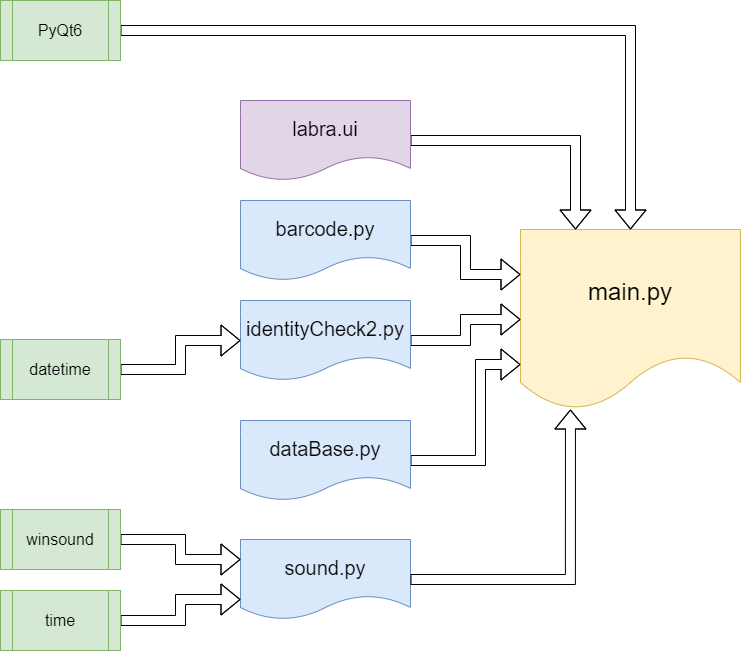
This is Docs/Pictures/Riippuvuudet.drawio.png from Roo-M/PythonYmparisto, a draw.io export, as it was before one commit. Source tidied: cells renumbered, new cells last; positions are measured from the earlier drawing's top-left corner, leaving out a move shared by most shapes. Its diagram source:
```xml
<mxGraphModel>
  <root>
    <mxCell id="0" />
    <mxCell id="1" parent="0" />
    <mxCell id="2" value="&lt;font style=&quot;font-size: 24px;&quot;&gt;main.py&lt;/font&gt;" style="shape=document;whiteSpace=wrap;html=1;boundedLbl=1;fillColor=#fff2cc;strokeColor=#d6b656;" parent="1" vertex="1">
      <mxGeometry x="520" y="229" width="220" height="180" as="geometry" />
    </mxCell>
    <mxCell id="3" style="edgeStyle=orthogonalEdgeStyle;rounded=0;jettySize=auto;html=1;entryX=0;entryY=0.25;entryDx=0;entryDy=0;shape=flexArrow;fillColor=default;" parent="1" edge="1" source="4" target="2">
      <mxGeometry relative="1" as="geometry" />
    </mxCell>
    <mxCell id="4" value="barcode.py" style="shape=document;whiteSpace=wrap;html=1;boundedLbl=1;fillColor=#dae8fc;strokeColor=#6c8ebf;fontSize=20;" parent="1" vertex="1">
      <mxGeometry x="240" y="200" width="170" height="80" as="geometry" />
    </mxCell>
    <mxCell id="5" style="edgeStyle=orthogonalEdgeStyle;rounded=0;jettySize=auto;html=1;shape=flexArrow;fillColor=default;" parent="1" edge="1" source="6" target="2">
      <mxGeometry relative="1" as="geometry" />
    </mxCell>
    <mxCell id="6" value="identityCheck2.py" style="shape=document;whiteSpace=wrap;html=1;boundedLbl=1;fillColor=#dae8fc;strokeColor=#6c8ebf;fontSize=20;" parent="1" vertex="1">
      <mxGeometry x="240" y="300" width="170" height="80" as="geometry" />
    </mxCell>
    <mxCell id="7" style="edgeStyle=orthogonalEdgeStyle;rounded=0;jettySize=auto;html=1;entryX=0.25;entryY=0;entryDx=0;entryDy=0;shape=flexArrow;fillColor=default;" parent="1" edge="1" source="8" target="2">
      <mxGeometry relative="1" as="geometry" />
    </mxCell>
    <mxCell id="8" value="labra.ui" style="shape=document;whiteSpace=wrap;html=1;boundedLbl=1;fillColor=#e1d5e7;strokeColor=#9673a6;fontSize=20;direction=east;" parent="1" vertex="1">
      <mxGeometry x="240" y="100" width="170" height="80" as="geometry" />
    </mxCell>
    <mxCell id="9" style="edgeStyle=orthogonalEdgeStyle;rounded=0;jettySize=auto;html=1;entryX=0;entryY=0.75;entryDx=0;entryDy=0;shape=flexArrow;strokeWidth=1;fillColor=default;exitX=1;exitY=0.5;exitDx=0;exitDy=0;" parent="1" edge="1" source="10" target="2">
      <mxGeometry relative="1" as="geometry">
        <Array as="points">
          <mxPoint x="480" y="460" />
          <mxPoint x="480" y="364" />
        </Array>
      </mxGeometry>
    </mxCell>
    <mxCell id="10" value="dataBase.py" style="shape=document;whiteSpace=wrap;html=1;boundedLbl=1;fillColor=#dae8fc;strokeColor=#6c8ebf;fontSize=20;" parent="1" vertex="1">
      <mxGeometry x="240" y="420" width="170" height="80" as="geometry" />
    </mxCell>
    <mxCell id="11" value="sound.py" style="shape=document;whiteSpace=wrap;html=1;boundedLbl=1;fillColor=#dae8fc;strokeColor=#6c8ebf;fontSize=20;" parent="1" vertex="1">
      <mxGeometry x="240" y="539" width="170" height="80" as="geometry" />
    </mxCell>
    <mxCell id="12" style="edgeStyle=orthogonalEdgeStyle;rounded=0;jettySize=auto;html=1;entryX=0.227;entryY=1;entryDx=0;entryDy=0;entryPerimeter=0;shape=flexArrow;fillColor=default;" parent="1" edge="1" source="11" target="2">
      <mxGeometry relative="1" as="geometry" />
    </mxCell>
    <mxCell id="13" style="edgeStyle=orthogonalEdgeStyle;rounded=0;jettySize=auto;html=1;entryX=0;entryY=0.25;entryDx=0;entryDy=0;shape=flexArrow;fillColor=default;" parent="1" edge="1" source="14" target="11">
      <mxGeometry relative="1" as="geometry" />
    </mxCell>
    <mxCell id="14" value="&lt;font style=&quot;font-size: 16px;&quot;&gt;winsound&lt;/font&gt;" style="shape=process;whiteSpace=wrap;html=1;backgroundOutline=1;fillColor=#d5e8d4;strokeColor=#82b366;" parent="1" vertex="1">
      <mxGeometry y="509" width="120" height="60" as="geometry" />
    </mxCell>
    <mxCell id="15" style="edgeStyle=orthogonalEdgeStyle;rounded=0;jettySize=auto;html=1;entryX=0;entryY=0.75;entryDx=0;entryDy=0;shape=flexArrow;fillColor=default;" parent="1" edge="1" source="16" target="11">
      <mxGeometry relative="1" as="geometry" />
    </mxCell>
    <mxCell id="16" value="&lt;font style=&quot;font-size: 16px;&quot;&gt;time&lt;/font&gt;" style="shape=process;whiteSpace=wrap;html=1;backgroundOutline=1;fillColor=#d5e8d4;strokeColor=#82b366;" parent="1" vertex="1">
      <mxGeometry y="590" width="120" height="60" as="geometry" />
    </mxCell>
    <mxCell id="17" style="edgeStyle=orthogonalEdgeStyle;rounded=0;jettySize=auto;html=1;entryX=0;entryY=0.5;entryDx=0;entryDy=0;shape=flexArrow;fillColor=default;" parent="1" edge="1" source="18" target="6">
      <mxGeometry relative="1" as="geometry" />
    </mxCell>
    <mxCell id="18" value="&lt;font style=&quot;font-size: 16px;&quot;&gt;datetime&lt;/font&gt;" style="shape=process;whiteSpace=wrap;html=1;backgroundOutline=1;fillColor=#d5e8d4;strokeColor=#82b366;" parent="1" vertex="1">
      <mxGeometry y="339" width="120" height="60" as="geometry" />
    </mxCell>
    <mxCell id="19" style="edgeStyle=orthogonalEdgeStyle;rounded=0;jettySize=auto;html=1;entryX=0.5;entryY=0;entryDx=0;entryDy=0;strokeColor=default;shadow=0;shape=flexArrow;strokeWidth=1;endSize=6;fillColor=default;targetPerimeterSpacing=0;startSize=6;" parent="1" edge="1" source="20" target="2">
      <mxGeometry relative="1" as="geometry" />
    </mxCell>
    <mxCell id="20" value="&lt;font style=&quot;font-size: 16px;&quot;&gt;PyQt6&lt;/font&gt;" style="shape=process;whiteSpace=wrap;html=1;backgroundOutline=1;fillColor=#d5e8d4;strokeColor=#82b366;" parent="1" vertex="1">
      <mxGeometry width="120" height="60" as="geometry" />
    </mxCell>
  </root>
</mxGraphModel>
```
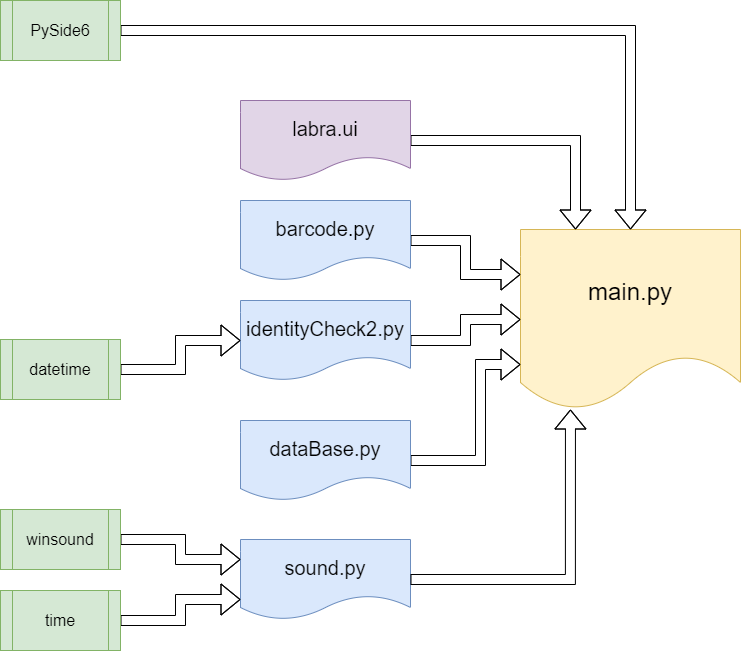
After the commit.

Commit message:
Lisätty ja päivitetty dokumentaation kuvia

Change to the diagram source:
```diff
@@ -61,7 +61,7 @@
     <mxCell id="19" style="edgeStyle=orthogonalEdgeStyle;rounded=0;jettySize=auto;html=1;entryX=0.5;entryY=0;entryDx=0;entryDy=0;strokeColor=default;shadow=0;shape=flexArrow;strokeWidth=1;endSize=6;fillColor=default;targetPerimeterSpacing=0;startSize=6;" parent="1" edge="1" source="20" target="2">
       <mxGeometry relative="1" as="geometry" />
     </mxCell>
-    <mxCell id="20" value="&lt;font style=&quot;font-size: 16px;&quot;&gt;PyQt6&lt;/font&gt;" style="shape=process;whiteSpace=wrap;html=1;backgroundOutline=1;fillColor=#d5e8d4;strokeColor=#82b366;" parent="1" vertex="1">
+    <mxCell id="20" value="&lt;font style=&quot;font-size: 16px;&quot;&gt;PySide6&lt;/font&gt;" style="shape=process;whiteSpace=wrap;html=1;backgroundOutline=1;fillColor=#d5e8d4;strokeColor=#82b366;" parent="1" vertex="1">
       <mxGeometry width="120" height="60" as="geometry" />
     </mxCell>
   </root>
```
